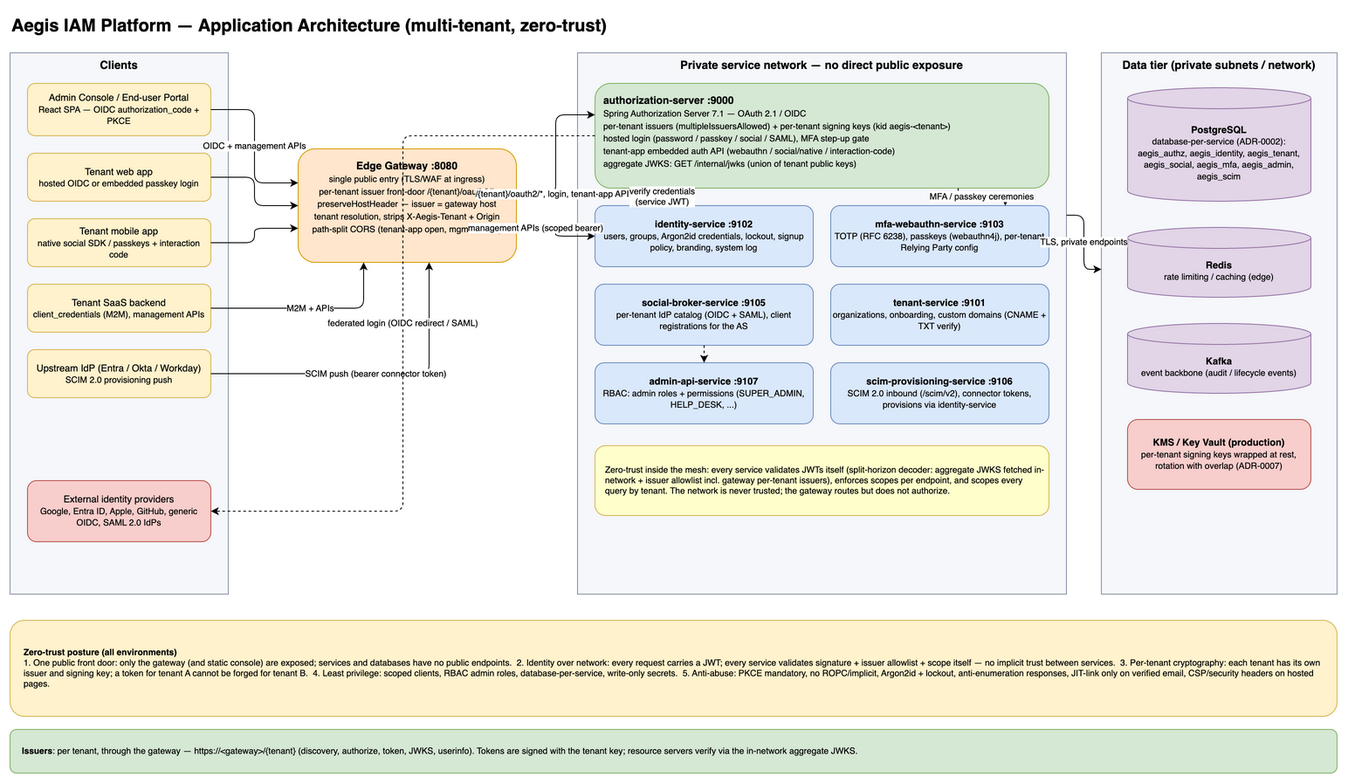
This is architecture/diagrams/application-architecture.drawio.png from AegisIdentity/aegis-platform-docs, a draw.io export, as it was before one commit. Source tidied: cells renumbered, new cells last; positions are measured from the earlier drawing's top-left corner, leaving out a move shared by most shapes.
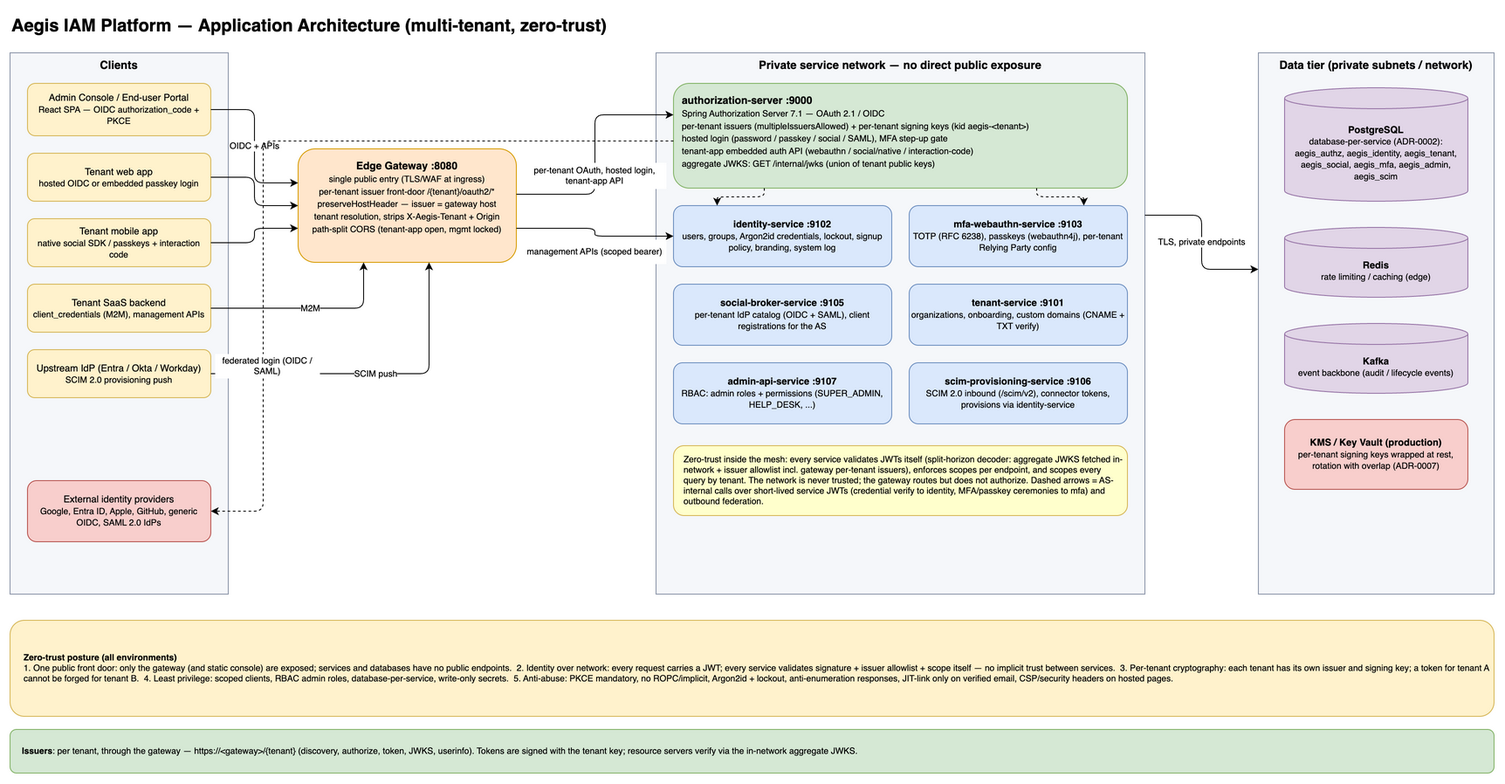
Above is the later version.

Diff of the diagram source:
```diff
@@ -30,48 +30,48 @@
       <mxGeometry x="330" y="160" width="250" height="130" as="geometry" />
     </mxCell>
     <mxCell id="11" value="Private service network — no direct public exposure" style="rounded=0;whiteSpace=wrap;html=1;verticalAlign=top;fontStyle=1;fillColor=#F5F7FA;strokeColor=#8892A6;fontSize=13;" parent="1" vertex="1">
-      <mxGeometry x="650" y="50" width="560" height="620" as="geometry" />
+      <mxGeometry x="740" y="50" width="560" height="620" as="geometry" />
     </mxCell>
     <mxCell id="12" value="authorization-server :9000&lt;br&gt;&lt;font style=&quot;font-size:10px;font-weight:normal&quot;&gt;Spring Authorization Server 7.1 — OAuth 2.1 / OIDC&lt;br&gt;per-tenant issuers (multipleIssuersAllowed) + per-tenant signing keys (kid aegis-&amp;lt;tenant&amp;gt;)&lt;br&gt;hosted login (password / passkey / social / SAML), MFA step-up gate&lt;br&gt;tenant-app embedded auth API (webauthn / social/native / interaction-code)&lt;br&gt;aggregate JWKS: GET /internal/jwks (union of tenant public keys)&lt;/font&gt;" style="rounded=1;whiteSpace=wrap;html=1;fillColor=#D5E8D4;strokeColor=#82B366;fontStyle=1;fontSize=12;verticalAlign=top;spacingTop=6;align=left;spacingLeft=8;" parent="1" vertex="1">
-      <mxGeometry x="670" y="85" width="520" height="120" as="geometry" />
+      <mxGeometry x="760" y="85" width="520" height="120" as="geometry" />
     </mxCell>
     <mxCell id="13" value="identity-service :9102&lt;br&gt;&lt;font style=&quot;font-size:10px;font-weight:normal&quot;&gt;users, groups, Argon2id credentials, lockout, signup policy, branding, system log&lt;/font&gt;" style="rounded=1;whiteSpace=wrap;html=1;fillColor=#DAE8FC;strokeColor=#6C8EBF;fontSize=11;fontStyle=1;" parent="1" vertex="1">
-      <mxGeometry x="670" y="225" width="250" height="70" as="geometry" />
+      <mxGeometry x="760" y="225" width="250" height="70" as="geometry" />
     </mxCell>
     <mxCell id="14" value="mfa-webauthn-service :9103&lt;br&gt;&lt;font style=&quot;font-size:10px;font-weight:normal&quot;&gt;TOTP (RFC 6238), passkeys (webauthn4j), per-tenant Relying Party config&lt;/font&gt;" style="rounded=1;whiteSpace=wrap;html=1;fillColor=#DAE8FC;strokeColor=#6C8EBF;fontSize=11;fontStyle=1;" parent="1" vertex="1">
-      <mxGeometry x="940" y="225" width="250" height="70" as="geometry" />
+      <mxGeometry x="1030" y="225" width="250" height="70" as="geometry" />
     </mxCell>
     <mxCell id="15" value="social-broker-service :9105&lt;br&gt;&lt;font style=&quot;font-size:10px;font-weight:normal&quot;&gt;per-tenant IdP catalog (OIDC + SAML), client registrations for the AS&lt;/font&gt;" style="rounded=1;whiteSpace=wrap;html=1;fillColor=#DAE8FC;strokeColor=#6C8EBF;fontSize=11;fontStyle=1;" parent="1" vertex="1">
-      <mxGeometry x="670" y="315" width="250" height="70" as="geometry" />
+      <mxGeometry x="760" y="315" width="250" height="70" as="geometry" />
     </mxCell>
     <mxCell id="16" value="tenant-service :9101&lt;br&gt;&lt;font style=&quot;font-size:10px;font-weight:normal&quot;&gt;organizations, onboarding, custom domains (CNAME + TXT verify)&lt;/font&gt;" style="rounded=1;whiteSpace=wrap;html=1;fillColor=#DAE8FC;strokeColor=#6C8EBF;fontSize=11;fontStyle=1;" parent="1" vertex="1">
-      <mxGeometry x="940" y="315" width="250" height="70" as="geometry" />
+      <mxGeometry x="1030" y="315" width="250" height="70" as="geometry" />
     </mxCell>
     <mxCell id="17" value="admin-api-service :9107&lt;br&gt;&lt;font style=&quot;font-size:10px;font-weight:normal&quot;&gt;RBAC: admin roles + permissions (SUPER_ADMIN, HELP_DESK, ...)&lt;/font&gt;" style="rounded=1;whiteSpace=wrap;html=1;fillColor=#DAE8FC;strokeColor=#6C8EBF;fontSize=11;fontStyle=1;" parent="1" vertex="1">
-      <mxGeometry x="670" y="405" width="250" height="70" as="geometry" />
+      <mxGeometry x="760" y="405" width="250" height="70" as="geometry" />
     </mxCell>
     <mxCell id="18" value="scim-provisioning-service :9106&lt;br&gt;&lt;font style=&quot;font-size:10px;font-weight:normal&quot;&gt;SCIM 2.0 inbound (/scim/v2), connector tokens, provisions via identity-service&lt;/font&gt;" style="rounded=1;whiteSpace=wrap;html=1;fillColor=#DAE8FC;strokeColor=#6C8EBF;fontSize=11;fontStyle=1;" parent="1" vertex="1">
-      <mxGeometry x="940" y="405" width="250" height="70" as="geometry" />
+      <mxGeometry x="1030" y="405" width="250" height="70" as="geometry" />
     </mxCell>
-    <mxCell id="19" value="Zero-trust inside the mesh: every service validates JWTs itself (split-horizon decoder: aggregate JWKS fetched in-network + issuer allowlist incl. gateway per-tenant issuers), enforces scopes per endpoint, and scopes every query by tenant. The network is never trusted; the gateway routes but does not authorize." style="rounded=1;whiteSpace=wrap;html=1;fillColor=#FFFFCC;strokeColor=#D6B656;fontSize=10;align=left;spacingLeft=8;spacing=4;" parent="1" vertex="1">
-      <mxGeometry x="670" y="500" width="520" height="80" as="geometry" />
+    <mxCell id="19" value="Zero-trust inside the mesh: every service validates JWTs itself (split-horizon decoder: aggregate JWKS fetched in-network + issuer allowlist incl. gateway per-tenant issuers), enforces scopes per endpoint, and scopes every query by tenant. The network is never trusted; the gateway routes but does not authorize. Dashed arrows = AS-internal calls over short-lived service JWTs (credential verify to identity, MFA/passkey ceremonies to mfa) and outbound federation." style="rounded=1;whiteSpace=wrap;html=1;fillColor=#FFFFCC;strokeColor=#D6B656;fontSize=10;align=left;spacingLeft=8;spacing=4;" parent="1" vertex="1">
+      <mxGeometry x="760" y="500" width="520" height="80" as="geometry" />
     </mxCell>
     <mxCell id="20" value="Data tier (private subnets / network)" style="rounded=0;whiteSpace=wrap;html=1;verticalAlign=top;fontStyle=1;fillColor=#F5F7FA;strokeColor=#8892A6;fontSize=13;" parent="1" vertex="1">
-      <mxGeometry x="1250" y="50" width="270" height="620" as="geometry" />
+      <mxGeometry x="1430" y="50" width="270" height="620" as="geometry" />
     </mxCell>
     <mxCell id="21" value="PostgreSQL&lt;br&gt;&lt;font style=&quot;font-size:10px;font-weight:normal&quot;&gt;database-per-service (ADR-0002):&lt;br&gt;aegis_authz, aegis_identity, aegis_tenant, aegis_social, aegis_mfa, aegis_admin, aegis_scim&lt;/font&gt;" style="shape=cylinder3;whiteSpace=wrap;html=1;boundedLbl=1;backgroundOutline=1;size=12;fillColor=#E1D5E7;strokeColor=#9673A6;fontSize=11;fontStyle=1;" parent="1" vertex="1">
-      <mxGeometry x="1280" y="90" width="210" height="130" as="geometry" />
+      <mxGeometry x="1460" y="90" width="210" height="130" as="geometry" />
     </mxCell>
     <mxCell id="22" value="Redis&lt;br&gt;&lt;font style=&quot;font-size:10px;font-weight:normal&quot;&gt;rate limiting / caching (edge)&lt;/font&gt;" style="shape=cylinder3;whiteSpace=wrap;html=1;boundedLbl=1;backgroundOutline=1;size=12;fillColor=#E1D5E7;strokeColor=#9673A6;fontSize=11;fontStyle=1;" parent="1" vertex="1">
-      <mxGeometry x="1280" y="250" width="210" height="80" as="geometry" />
+      <mxGeometry x="1460" y="250" width="210" height="80" as="geometry" />
     </mxCell>
     <mxCell id="23" value="Kafka&lt;br&gt;&lt;font style=&quot;font-size:10px;font-weight:normal&quot;&gt;event backbone (audit / lifecycle events)&lt;/font&gt;" style="shape=cylinder3;whiteSpace=wrap;html=1;boundedLbl=1;backgroundOutline=1;size=12;fillColor=#E1D5E7;strokeColor=#9673A6;fontSize=11;fontStyle=1;" parent="1" vertex="1">
-      <mxGeometry x="1280" y="360" width="210" height="80" as="geometry" />
+      <mxGeometry x="1460" y="360" width="210" height="80" as="geometry" />
     </mxCell>
     <mxCell id="24" value="KMS / Key Vault (production)&lt;br&gt;&lt;font style=&quot;font-size:10px;font-weight:normal&quot;&gt;per-tenant signing keys wrapped at rest, rotation with overlap (ADR-0007)&lt;/font&gt;" style="rounded=1;whiteSpace=wrap;html=1;fillColor=#F8CECC;strokeColor=#B85450;fontSize=11;fontStyle=1;" parent="1" vertex="1">
-      <mxGeometry x="1280" y="470" width="210" height="80" as="geometry" />
+      <mxGeometry x="1460" y="470" width="210" height="80" as="geometry" />
     </mxCell>
-    <mxCell id="25" value="OIDC + management APIs" style="edgeStyle=orthogonalEdgeStyle;rounded=1;html=1;fontSize=10;exitX=1;exitY=0.5;entryX=0;entryY=0.3;" parent="1" edge="1" source="4" target="10">
+    <mxCell id="25" value="OIDC + APIs" style="edgeStyle=orthogonalEdgeStyle;rounded=1;html=1;fontSize=10;labelBackgroundColor=#FFFFFF;exitX=1;exitY=0.5;entryX=0;entryY=0.3;" parent="1" edge="1" source="4" target="10">
       <mxGeometry relative="1" as="geometry" />
     </mxCell>
     <mxCell id="26" style="edgeStyle=orthogonalEdgeStyle;rounded=1;html=1;fontSize=10;exitX=1;exitY=0.5;entryX=0;entryY=0.5;" parent="1" edge="1" source="5" target="10">
@@ -80,38 +80,49 @@
     <mxCell id="27" style="edgeStyle=orthogonalEdgeStyle;rounded=1;html=1;fontSize=10;exitX=1;exitY=0.5;entryX=0;entryY=0.7;" parent="1" edge="1" source="6" target="10">
       <mxGeometry relative="1" as="geometry" />
     </mxCell>
-    <mxCell id="28" value="M2M + APIs" style="edgeStyle=orthogonalEdgeStyle;rounded=1;html=1;fontSize=10;exitX=1;exitY=0.5;entryX=0.3;entryY=1;" parent="1" edge="1" source="7" target="10">
+    <mxCell id="28" value="M2M" style="edgeStyle=orthogonalEdgeStyle;rounded=1;html=1;fontSize=10;labelBackgroundColor=#FFFFFF;exitX=1;exitY=0.5;entryX=0.3;entryY=1;" parent="1" edge="1" source="7" target="10">
       <mxGeometry relative="1" as="geometry" />
     </mxCell>
-    <mxCell id="29" value="SCIM push (bearer connector token)" style="edgeStyle=orthogonalEdgeStyle;rounded=1;html=1;fontSize=10;exitX=1;exitY=0.5;entryX=0.6;entryY=1;" parent="1" edge="1" source="8" target="10">
+    <mxCell id="29" value="SCIM push" style="edgeStyle=orthogonalEdgeStyle;rounded=1;html=1;fontSize=10;labelBackgroundColor=#FFFFFF;exitX=1;exitY=0.5;entryX=0.6;entryY=1;" parent="1" edge="1" source="8" target="10">
       <mxGeometry relative="1" as="geometry" />
     </mxCell>
-    <mxCell id="30" value="/{tenant}/oauth2/*, login, tenant-app API" style="edgeStyle=orthogonalEdgeStyle;rounded=1;html=1;fontSize=10;labelBackgroundColor=#FFFFFF;exitX=1;exitY=0.4;entryX=0;entryY=0.3;" parent="1" edge="1" source="10" target="12">
-      <mxGeometry x="-0.55" relative="1" as="geometry" />
+    <mxCell id="30" style="edgeStyle=orthogonalEdgeStyle;rounded=1;html=1;fontSize=10;labelBackgroundColor=#FFFFFF;exitX=1;exitY=0.4;entryX=0;entryY=0.3;" parent="1" edge="1" source="10" target="12">
+      <mxGeometry relative="1" as="geometry" />
     </mxCell>
-    <mxCell id="31" value="management APIs (scoped bearer)" style="edgeStyle=orthogonalEdgeStyle;rounded=1;html=1;fontSize=10;labelBackgroundColor=#FFFFFF;exitX=1;exitY=0.7;entryX=0;entryY=0.5;" parent="1" edge="1" source="10" target="13">
-      <mxGeometry x="-0.55" relative="1" as="geometry" />
+    <mxCell id="31" style="edgeStyle=orthogonalEdgeStyle;rounded=1;html=1;fontSize=10;labelBackgroundColor=#FFFFFF;exitX=1;exitY=0.7;entryX=0;entryY=0.5;" parent="1" edge="1" source="10" target="13">
+      <mxGeometry relative="1" as="geometry" />
     </mxCell>
-    <mxCell id="32" value="verify credentials&#10;(service JWT)" style="edgeStyle=orthogonalEdgeStyle;rounded=1;html=1;fontSize=10;labelBackgroundColor=#FFFFFF;dashed=1;exitX=0.2;exitY=1;entryX=0.2;entryY=0;" parent="1" edge="1" source="12" target="13">
+    <mxCell id="32" style="edgeStyle=orthogonalEdgeStyle;rounded=1;html=1;fontSize=10;labelBackgroundColor=#FFFFFF;dashed=1;exitX=0.2;exitY=1;entryX=0.2;entryY=0;" parent="1" edge="1" source="12" target="13">
       <mxGeometry relative="1" as="geometry" />
     </mxCell>
-    <mxCell id="33" value="MFA / passkey ceremonies" style="edgeStyle=orthogonalEdgeStyle;rounded=1;html=1;fontSize=10;labelBackgroundColor=#FFFFFF;dashed=1;exitX=0.8;exitY=1;entryX=0.8;entryY=0;" parent="1" edge="1" source="12" target="14">
+    <mxCell id="33" style="edgeStyle=orthogonalEdgeStyle;rounded=1;html=1;fontSize=10;labelBackgroundColor=#FFFFFF;dashed=1;exitX=0.8;exitY=1;entryX=0.8;entryY=0;" parent="1" edge="1" source="12" target="14">
       <mxGeometry relative="1" as="geometry" />
     </mxCell>
-    <mxCell id="34" style="edgeStyle=orthogonalEdgeStyle;rounded=1;html=1;fontSize=10;dashed=1;exitX=0.5;exitY=1;entryX=0.5;entryY=0;" parent="1" edge="1" source="15" target="17">
-      <mxGeometry relative="1" as="geometry" />
-    </mxCell>
-    <mxCell id="35" value="federated login (OIDC redirect / SAML)" style="edgeStyle=orthogonalEdgeStyle;rounded=1;html=1;fontSize=10;dashed=1;exitX=0;exitY=0.5;entryX=1;entryY=0.5;" parent="1" edge="1" source="12" target="9">
-      <mxGeometry relative="1" as="geometry" />
+    <mxCell id="35" style="edgeStyle=orthogonalEdgeStyle;rounded=1;html=1;fontSize=10;dashed=1;exitX=0;exitY=0.55;entryX=1;entryY=0.5;" parent="1" edge="1" source="12" target="9">
+      <mxGeometry relative="1" as="geometry">
+        <Array as="points">
+          <mxPoint x="290" y="151" />
+          <mxPoint x="290" y="575" />
+        </Array>
+      </mxGeometry>
     </mxCell>
     <mxCell id="36" value="TLS, private endpoints" style="edgeStyle=orthogonalEdgeStyle;rounded=1;html=1;fontSize=10;labelBackgroundColor=#FFFFFF;exitX=1;exitY=0.3;entryX=0;entryY=0.4;" parent="1" edge="1" source="11" target="20">
       <mxGeometry relative="1" as="geometry" />
     </mxCell>
     <mxCell id="37" value="&lt;b&gt;Zero-trust posture (all environments)&lt;/b&gt;&lt;br&gt;1. One public front door: only the gateway (and static console) are exposed; services and databases have no public endpoints.&amp;nbsp;&amp;nbsp;2. Identity over network: every request carries a JWT; every service validates signature + issuer allowlist + scope itself — no implicit trust between services.&amp;nbsp;&amp;nbsp;3. Per-tenant cryptography: each tenant has its own issuer and signing key; a token for tenant A cannot be forged for tenant B.&amp;nbsp;&amp;nbsp;4. Least privilege: scoped clients, RBAC admin roles, database-per-service, write-only secrets.&amp;nbsp;&amp;nbsp;5. Anti-abuse: PKCE mandatory, no ROPC/implicit, Argon2id + lockout, anti-enumeration responses, JIT-link only on verified email, CSP/security headers on hosted pages." style="rounded=1;whiteSpace=wrap;html=1;fillColor=#FFF2CC;strokeColor=#D6B656;fontSize=10;align=left;spacingLeft=10;spacing=6;" parent="1" vertex="1">
-      <mxGeometry y="700" width="1520" height="110" as="geometry" />
+      <mxGeometry y="700" width="1700" height="110" as="geometry" />
     </mxCell>
     <mxCell id="38" value="&lt;b&gt;Issuers&lt;/b&gt;: per tenant, through the gateway — https://&amp;lt;gateway&amp;gt;/{tenant} (discovery, authorize, token, JWKS, userinfo). Tokens are signed with the tenant key; resource servers verify via the in-network aggregate JWKS." style="rounded=1;whiteSpace=wrap;html=1;fillColor=#D5E8D4;strokeColor=#82B366;fontSize=10;align=left;spacingLeft=10;spacing=4;" parent="1" vertex="1">
-      <mxGeometry y="825" width="1520" height="50" as="geometry" />
+      <mxGeometry y="825" width="1700" height="50" as="geometry" />
     </mxCell>
+    <mxCell id="39" value="per-tenant OAuth, hosted login, tenant-app API" style="rounded=0;whiteSpace=wrap;html=1;fontSize=10;align=center;fillColor=#FFFFFF;strokeColor=none;" parent="1" vertex="1">
+      <mxGeometry x="588" y="176" width="164" height="30" as="geometry" />
+    </mxCell>
+    <mxCell id="40" value="management APIs (scoped bearer)" style="rounded=0;whiteSpace=wrap;html=1;fontSize=10;align=center;fillColor=#FFFFFF;strokeColor=none;" parent="1" vertex="1">
+      <mxGeometry x="588" y="264" width="164" height="28" as="geometry" />
+    </mxCell>
+    <mxCell id="41" value="federated login (OIDC / SAML)" style="rounded=0;whiteSpace=wrap;html=1;fontSize=10;align=center;fillColor=#FFFFFF;strokeColor=none;" parent="1" vertex="1">
+      <mxGeometry x="235" y="395" width="120" height="28" as="geometry" />
+    </mxCell>
   </root>
 </mxGraphModel>
```
